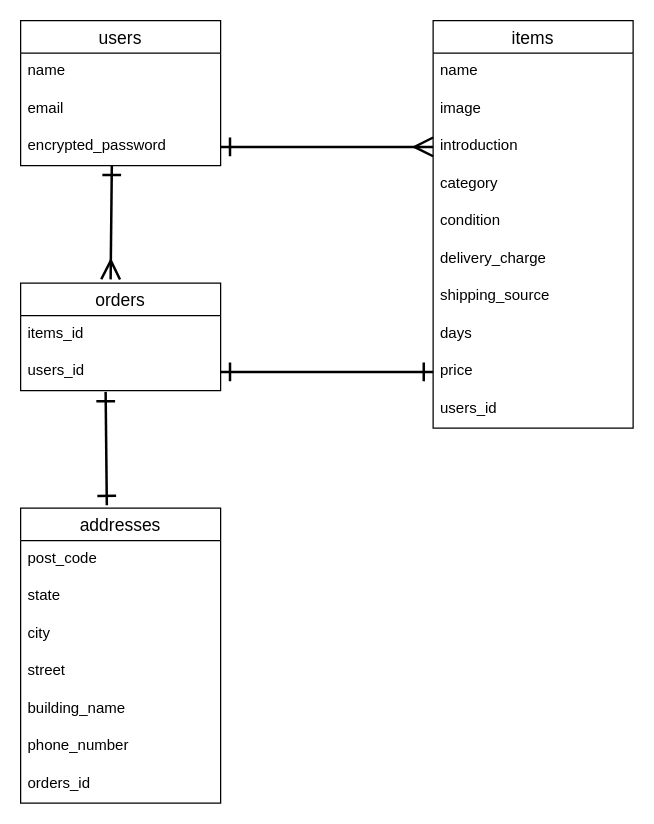
Above: ER.dio in sitimi/furima-39707 (draw.io), before the change. Source tidied: cells renumbered, new cells numbered last; positions are measured from the earlier drawing's top-left corner, leaving out a move shared by most shapes. Both pictures are drawn from the tidied source at 125%, with x=0, y=0 at pixel (20, 20).
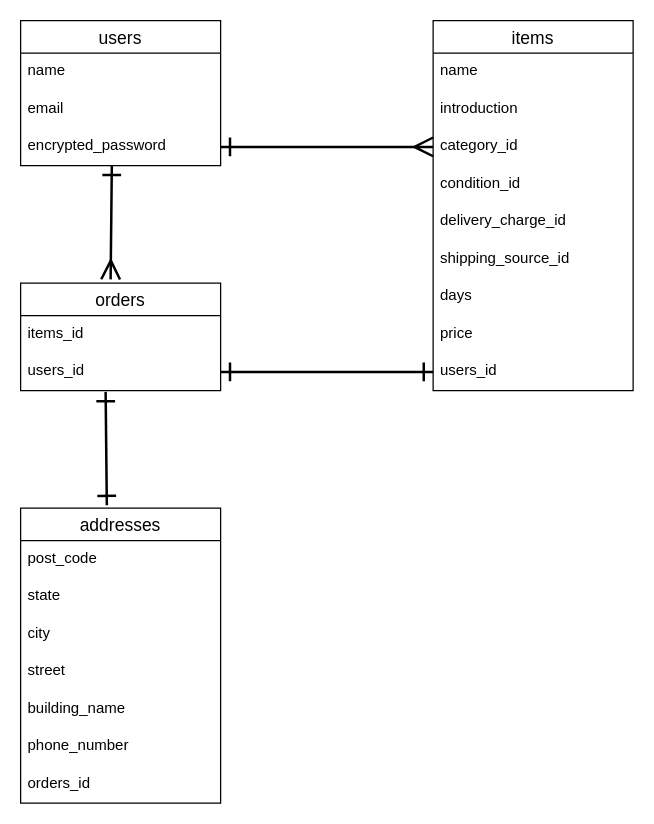
After the change.

Commit message (it also covers changes not shown here):
ER図及びreadme修正

Unchanged cells that the change refers to:
```xml
<mxCell id="5" value="encrypted_password" style="text;strokeColor=none;fillColor=none;spacingLeft=4;spacingRight=4;overflow=hidden;points=[[0,0.5],[1,0.5]];portConstraint=eastwest;fontSize=12;" parent="2" vertex="1">
  <mxGeometry y="86" width="160" height="30" as="geometry" />
</mxCell>
<mxCell id="19" value="users_id" style="text;strokeColor=none;fillColor=none;spacingLeft=4;spacingRight=4;overflow=hidden;points=[[0,0.5],[1,0.5]];portConstraint=eastwest;fontSize=12;" parent="17" vertex="1">
  <mxGeometry y="56" width="160" height="30" as="geometry" />
</mxCell>
```

Diff of the diagram source:
```diff
@@
     <mxCell id="6" value="items" style="swimlane;fontStyle=0;horizontal=1;startSize=26;align=center;fontSize=14;" parent="1" vertex="1">
-      <mxGeometry x="330" width="160" height="326" as="geometry" />
+      <mxGeometry x="330" width="160" height="296" as="geometry" />
     </mxCell>
@@
-    <mxCell id="8" value="image" style="text;strokeColor=none;fillColor=none;spacingLeft=4;spacingRight=4;overflow=hidden;fontSize=12;" parent="6" vertex="1">
-      <mxGeometry y="56" width="160" height="30" as="geometry" />
-    </mxCell>
     <mxCell id="9" value="introduction" style="text;strokeColor=none;fillColor=none;spacingLeft=4;spacingRight=4;overflow=hidden;points=[[0,0.5],[1,0.5]];portConstraint=eastwest;fontSize=12;" parent="6" vertex="1">
-      <mxGeometry y="86" width="160" height="30" as="geometry" />
+      <mxGeometry y="56" width="160" height="30" as="geometry" />
     </mxCell>
-    <mxCell id="10" value="category" style="text;strokeColor=none;fillColor=none;spacingLeft=4;spacingRight=4;overflow=hidden;points=[[0,0.5],[1,0.5]];portConstraint=eastwest;fontSize=12;" parent="6" vertex="1">
-      <mxGeometry y="116" width="160" height="30" as="geometry" />
+    <mxCell id="10" value="category_id" style="text;strokeColor=none;fillColor=none;spacingLeft=4;spacingRight=4;overflow=hidden;points=[[0,0.5],[1,0.5]];portConstraint=eastwest;fontSize=12;" parent="6" vertex="1">
+      <mxGeometry y="86" width="160" height="30" as="geometry" />
     </mxCell>
-    <mxCell id="11" value="condition" style="text;strokeColor=none;fillColor=none;spacingLeft=4;spacingRight=4;overflow=hidden;fontSize=12;" parent="6" vertex="1">
-      <mxGeometry y="146" width="160" height="30" as="geometry" />
+    <mxCell id="11" value="condition_id" style="text;strokeColor=none;fillColor=none;spacingLeft=4;spacingRight=4;overflow=hidden;fontSize=12;" parent="6" vertex="1">
+      <mxGeometry y="116" width="160" height="30" as="geometry" />
     </mxCell>
-    <mxCell id="12" value="delivery_charge" style="text;strokeColor=none;fillColor=none;spacingLeft=4;spacingRight=4;overflow=hidden;fontSize=12;" parent="6" vertex="1">
-      <mxGeometry y="176" width="160" height="30" as="geometry" />
+    <mxCell id="12" value="delivery_charge_id" style="text;strokeColor=none;fillColor=none;spacingLeft=4;spacingRight=4;overflow=hidden;fontSize=12;" parent="6" vertex="1">
+      <mxGeometry y="146" width="160" height="30" as="geometry" />
     </mxCell>
-    <mxCell id="13" value="shipping_source" style="text;strokeColor=none;fillColor=none;spacingLeft=4;spacingRight=4;overflow=hidden;fontSize=12;" parent="6" vertex="1">
-      <mxGeometry y="206" width="160" height="30" as="geometry" />
+    <mxCell id="13" value="shipping_source_id" style="text;strokeColor=none;fillColor=none;spacingLeft=4;spacingRight=4;overflow=hidden;fontSize=12;" parent="6" vertex="1">
+      <mxGeometry y="176" width="160" height="30" as="geometry" />
     </mxCell>
     <mxCell id="14" value="days" style="text;strokeColor=none;fillColor=none;spacingLeft=4;spacingRight=4;overflow=hidden;fontSize=12;" parent="6" vertex="1">
-      <mxGeometry y="236" width="160" height="30" as="geometry" />
+      <mxGeometry y="206" width="160" height="30" as="geometry" />
     </mxCell>
     <mxCell id="15" value="price" style="text;strokeColor=none;fillColor=none;spacingLeft=4;spacingRight=4;overflow=hidden;points=[[0,0.5],[1,0.5]];portConstraint=eastwest;fontSize=12;" parent="6" vertex="1">
-      <mxGeometry y="266" width="160" height="30" as="geometry" />
+      <mxGeometry y="236" width="160" height="30" as="geometry" />
     </mxCell>
     <mxCell id="16" value="users_id" style="text;strokeColor=none;fillColor=none;spacingLeft=4;spacingRight=4;overflow=hidden;points=[[0,0.5],[1,0.5]];portConstraint=eastwest;fontSize=12;" parent="6" vertex="1">
-      <mxGeometry y="296" width="160" height="30" as="geometry" />
+      <mxGeometry y="266" width="160" height="30" as="geometry" />
     </mxCell>
@@
-    <mxCell id="28" style="edgeStyle=none;html=1;exitX=1;exitY=0.5;exitDx=0;exitDy=0;entryX=0;entryY=0.5;entryDx=0;entryDy=0;startArrow=ERone;startFill=0;endArrow=ERmany;endFill=0;endSize=12;startSize=12;strokeWidth=2;" parent="1" edge="1" source="5" target="9">
+    <mxCell id="28" style="edgeStyle=none;html=1;exitX=1;exitY=0.5;exitDx=0;exitDy=0;entryX=0;entryY=0.5;entryDx=0;entryDy=0;startArrow=ERone;startFill=0;endArrow=ERmany;endFill=0;endSize=12;startSize=12;strokeWidth=2;" parent="1" edge="1" source="5" target="10">
       <mxGeometry relative="1" as="geometry" />
     </mxCell>
@@
-    <mxCell id="30" style="edgeStyle=none;jumpSize=6;html=1;exitX=0;exitY=0.5;exitDx=0;exitDy=0;entryX=1;entryY=0.5;entryDx=0;entryDy=0;strokeWidth=2;startArrow=ERone;startFill=0;endArrow=ERone;endFill=0;startSize=12;endSize=12;sourcePerimeterSpacing=0;targetPerimeterSpacing=0;" parent="1" edge="1" source="15" target="19">
+    <mxCell id="30" style="edgeStyle=none;jumpSize=6;html=1;exitX=0;exitY=0.5;exitDx=0;exitDy=0;entryX=1;entryY=0.5;entryDx=0;entryDy=0;strokeWidth=2;startArrow=ERone;startFill=0;endArrow=ERone;endFill=0;startSize=12;endSize=12;sourcePerimeterSpacing=0;targetPerimeterSpacing=0;" parent="1" edge="1" source="16" target="19">
       <mxGeometry relative="1" as="geometry" />
     </mxCell>
```
